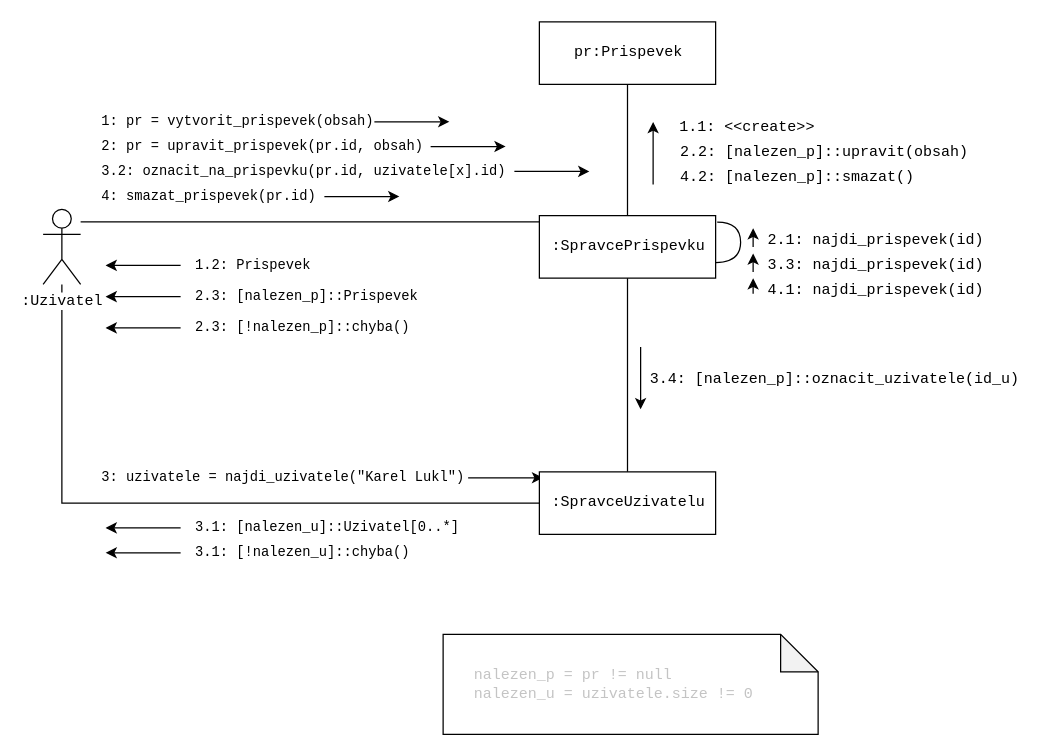
Before: Komunikace.drawio in JakubBlaha/projekt-IUS, a draw.io diagram. Source tidied: cells renumbered, new cells numbered last; positions are measured from the earlier drawing's top-left corner, leaving out a move shared by most shapes. Both pictures are drawn from the tidied source at 125%, with x=0, y=0 at pixel (42, 21).
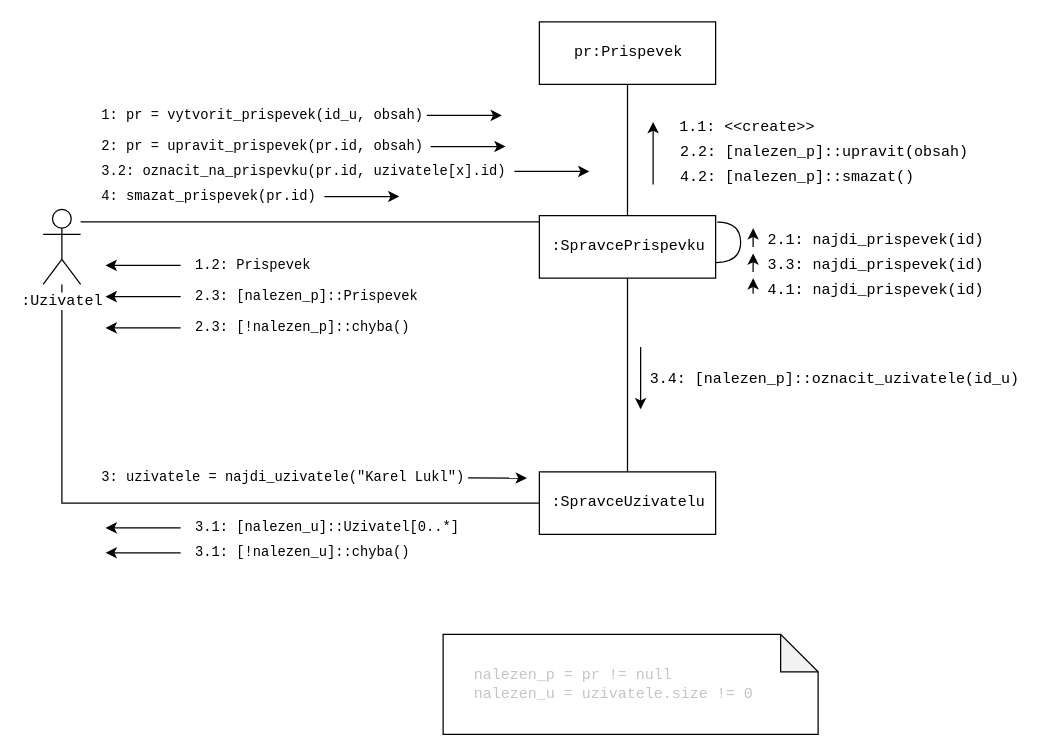
After the change.

The edit, as a diff of the source:
```diff
@@
+    <mxCell id="11" value="&lt;span style=&quot;font-size: 11px;&quot;&gt;1: pr = vytvorit_prispevek(id_u, obsah)&lt;/span&gt;" style="text;html=1;align=left;verticalAlign=middle;strokeColor=none;fillColor=none;fontFamily=Courier New;" parent="1" vertex="1">
+      <mxGeometry x="45" y="60" width="280" height="30" as="geometry" />
+    </mxCell>
@@
     <mxCell id="10" style="edgeStyle=none;orthogonalLoop=1;jettySize=auto;html=1;rounded=0;fontFamily=Courier New;endArrow=classic;endFill=1;" parent="1" edge="1">
       <mxGeometry relative="1" as="geometry">
-        <mxPoint x="265" y="79.9" as="sourcePoint" />
-        <mxPoint x="325" y="79.9" as="targetPoint" />
+        <mxPoint x="307" y="74.8" as="sourcePoint" />
+        <mxPoint x="367" y="74.8" as="targetPoint" />
       </mxGeometry>
     </mxCell>
-    <mxCell id="11" value="&lt;span style=&quot;font-size: 11px;&quot;&gt;1: pr = vytvorit_prispevek(obsah)&lt;/span&gt;" style="text;html=1;align=left;verticalAlign=middle;strokeColor=none;fillColor=none;fontFamily=Courier New;" parent="1" vertex="1">
-      <mxGeometry x="45" y="65" width="240" height="30" as="geometry" />
-    </mxCell>
@@
     <mxCell id="26" style="edgeStyle=none;orthogonalLoop=1;jettySize=auto;html=1;rounded=0;fontFamily=Courier New;endArrow=classic;endFill=1;" parent="1" edge="1">
       <mxGeometry relative="1" as="geometry">
         <mxPoint x="340" y="364.7" as="sourcePoint" />
-        <mxPoint x="400" y="364.7" as="targetPoint" />
+        <mxPoint x="387" y="365" as="targetPoint" />
       </mxGeometry>
     </mxCell>
```
